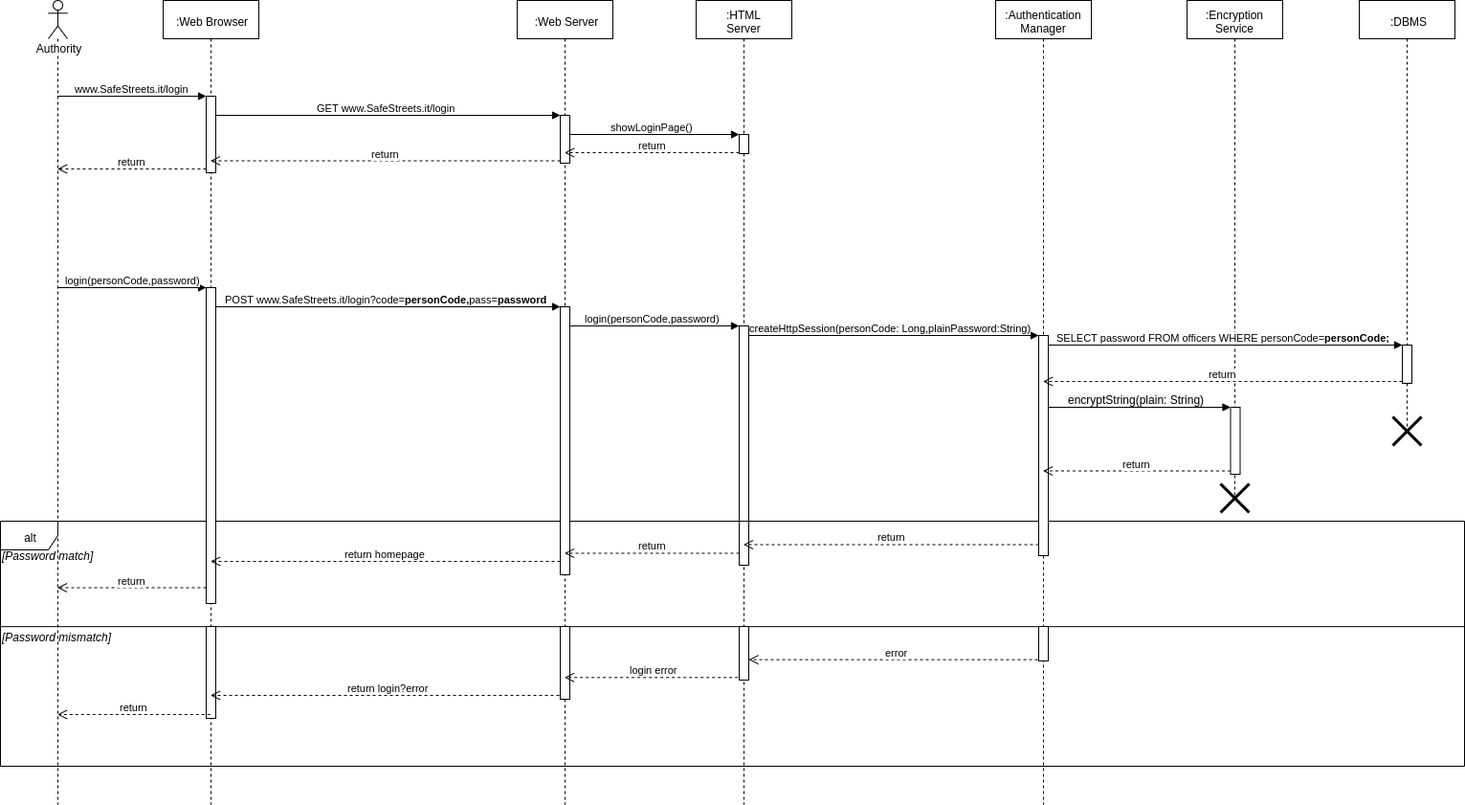
University-Projects-Secco/RahbariSecco keeps this draw.io diagram as DD/images/Login(authority)_sequence_diagram.png. Above is the earlier version. Source tidied: cells renumbered, new cells last; positions are measured from the earlier drawing's top-left corner, leaving out a move shared by most shapes. The source it was exported from:
```xml
<mxGraphModel>
  <root>
    <mxCell id="0" />
    <mxCell id="1" parent="0" />
    <mxCell id="2" value="&lt;span style=&quot;text-align: left ; background-color: rgb(248 , 249 , 250)&quot;&gt;createHttpSession(personCode: Long,plainPassword:String)&lt;/span&gt;" style="html=1;verticalAlign=bottom;endArrow=block;entryX=0;entryY=0;" parent="1" edge="1" source="4" target="48">
      <mxGeometry relative="1" as="geometry" />
    </mxCell>
    <mxCell id="3" value="POST www.SafeStreets.it/login?code=&lt;b&gt;personCode,&lt;/b&gt;pass=&lt;b&gt;password&lt;/b&gt;" style="html=1;verticalAlign=bottom;endArrow=block;entryX=0;entryY=0;" parent="1" edge="1" source="25" target="43">
      <mxGeometry relative="1" as="geometry" />
    </mxCell>
    <mxCell id="4" value=":HTML Server" style="shape=umlLifeline;perimeter=lifelinePerimeter;whiteSpace=wrap;html=1;outlineConnect=0;" parent="1" vertex="1">
      <mxGeometry x="727" width="100" height="840" as="geometry" />
    </mxCell>
    <mxCell id="5" style="html=1;points=[];perimeter=orthogonalPerimeter;" parent="4" vertex="1">
      <mxGeometry x="45" y="140" width="10" height="20" as="geometry" />
    </mxCell>
    <mxCell id="6" style="html=1;points=[];perimeter=orthogonalPerimeter;" parent="4" vertex="1">
      <mxGeometry x="45" y="340" width="10" height="250" as="geometry" />
    </mxCell>
    <mxCell id="7" style="group;" parent="1" vertex="1">
      <mxGeometry y="544" width="1530" height="256" as="geometry" />
    </mxCell>
    <mxCell id="8" value="alt" style="shape=umlFrame;whiteSpace=wrap;html=1;" parent="7" vertex="1">
      <mxGeometry width="1530" height="256" as="geometry" />
    </mxCell>
    <mxCell id="9" value="&lt;i&gt;[Password match]&lt;/i&gt;" style="text;html=1;align=left;verticalAlign=middle;" parent="7" vertex="1">
      <mxGeometry y="25.9" width="110" height="20" as="geometry" />
    </mxCell>
    <mxCell id="10" style="group;" parent="7" vertex="1">
      <mxGeometry y="108" width="1530" height="12.9" as="geometry" />
    </mxCell>
    <mxCell id="11" style="group;" parent="10" vertex="1">
      <mxGeometry width="1530" height="12.9" as="geometry" />
    </mxCell>
    <mxCell id="12" style="group;" parent="11" vertex="1">
      <mxGeometry width="1530" height="12.9" as="geometry" />
    </mxCell>
    <mxCell id="13" style="group;" parent="12" vertex="1">
      <mxGeometry width="1530" height="12.9" as="geometry" />
    </mxCell>
    <mxCell id="14" style="group;" parent="13" vertex="1">
      <mxGeometry width="1530" height="12.9" as="geometry" />
    </mxCell>
    <mxCell id="15" style="line;strokeWidth=1;fillColor=none;align=left;verticalAlign=middle;spacingTop=-1;spacingLeft=3;spacingRight=3;labelPosition=right;" parent="14" vertex="1">
      <mxGeometry width="1530" height="4.3" as="geometry" />
    </mxCell>
    <mxCell id="16" value="&lt;i&gt;[Password mismatch]&lt;/i&gt;" style="text;html=1;align=left;verticalAlign=middle;" parent="14" vertex="1">
      <mxGeometry y="2.2" width="130" height="20" as="geometry" />
    </mxCell>
    <mxCell id="17" value="Authority" style="shape=umlLifeline;participant=umlActor;perimeter=lifelinePerimeter;whiteSpace=wrap;html=1;verticalAlign=top;spacingTop=36;labelBackgroundColor=#ffffff;outlineConnect=0;" parent="1" vertex="1">
      <mxGeometry x="50" width="20" height="840" as="geometry" />
    </mxCell>
    <mxCell id="18" value=":Encryption Service&lt;span style=&quot;color: rgba(0 , 0 , 0 , 0) ; font-family: monospace ; font-size: 0px ; white-space: nowrap&quot;&gt;%3CmxGraphModel%3E%3Croot%3E%3CmxCell%20id%3D%220%22%2F%3E%3CmxCell%20id%3D%221%22%20parent%3D%220%22%2F%3E%3CmxCell%20id%3D%222%22%20value%3D%22TicketManager%22%20style%3D%22rounded%3D0%3BwhiteSpace%3Dwrap%3Bhtml%3D1%3BfillColor%3D%23ffe6cc%3BstrokeColor%3D%23d79b00%3B%22%20vertex%3D%221%22%20parent%3D%221%22%3E%3CmxGeometry%20x%3D%221597.5%22%20y%3D%22631%22%20width%3D%22170%22%20height%3D%2260%22%20as%3D%22geometry%22%2F%3E%3C%2FmxCell%3E%3C%2Froot%3E%3C%2FmxGraphModel%3E&lt;/span&gt;" style="shape=umlLifeline;perimeter=lifelinePerimeter;whiteSpace=wrap;html=1;" parent="1" vertex="1">
      <mxGeometry x="1240" width="100" height="520" as="geometry" />
    </mxCell>
    <mxCell id="19" style="html=1;points=[];perimeter=orthogonalPerimeter;align=left;" parent="18" vertex="1">
      <mxGeometry x="45.5" y="425" width="10" height="70" as="geometry" />
    </mxCell>
    <mxCell id="20" style="shape=umlDestroy;whiteSpace=wrap;html=1;strokeWidth=3;" parent="18" vertex="1">
      <mxGeometry x="35" y="505" width="30" height="30" as="geometry" />
    </mxCell>
    <mxCell id="21" value="www.SafeStreets.it/login" style="html=1;verticalAlign=bottom;endArrow=block;entryX=0;entryY=0;" parent="1" edge="1" source="17" target="26">
      <mxGeometry relative="1" as="geometry" />
    </mxCell>
    <mxCell id="22" value="showLoginPage()" style="html=1;verticalAlign=bottom;endArrow=block;entryX=0;entryY=0;" parent="1" edge="1" source="41" target="5">
      <mxGeometry relative="1" as="geometry" />
    </mxCell>
    <mxCell id="23" value="GET www.SafeStreets.it/login" style="html=1;verticalAlign=bottom;endArrow=block;entryX=0;entryY=0;" parent="1" edge="1" source="25" target="42">
      <mxGeometry relative="1" as="geometry" />
    </mxCell>
    <mxCell id="24" value="return" style="html=1;verticalAlign=bottom;endArrow=open;dashed=1;endSize=8;exitX=0;exitY=0.95;" parent="1" edge="1" source="26" target="17">
      <mxGeometry relative="1" as="geometry" />
    </mxCell>
    <mxCell id="25" value=":Web Browser" style="shape=umlLifeline;perimeter=lifelinePerimeter;whiteSpace=wrap;html=1;outlineConnect=0;" parent="1" vertex="1">
      <mxGeometry x="170" width="100" height="840" as="geometry" />
    </mxCell>
    <mxCell id="26" style="html=1;points=[];perimeter=orthogonalPerimeter;" parent="25" vertex="1">
      <mxGeometry x="45" y="100" width="10" height="80" as="geometry" />
    </mxCell>
    <mxCell id="27" style="html=1;points=[];perimeter=orthogonalPerimeter;" parent="25" vertex="1">
      <mxGeometry x="45" y="300" width="10" height="330" as="geometry" />
    </mxCell>
    <mxCell id="28" style="html=1;points=[];perimeter=orthogonalPerimeter;" parent="25" vertex="1">
      <mxGeometry x="45" y="654" width="10" height="96" as="geometry" />
    </mxCell>
    <mxCell id="29" value="login(personCode,password)" style="html=1;verticalAlign=bottom;endArrow=block;entryX=0;entryY=0;" parent="1" edge="1" source="17" target="27">
      <mxGeometry relative="1" as="geometry" />
    </mxCell>
    <mxCell id="30" value="return" style="html=1;verticalAlign=bottom;endArrow=open;dashed=1;endSize=8;exitX=0;exitY=0.95;" parent="1" edge="1" source="27" target="17">
      <mxGeometry relative="1" as="geometry" />
    </mxCell>
    <mxCell id="31" value="login(personCode,password)" style="html=1;verticalAlign=bottom;endArrow=block;entryX=0;entryY=0;" parent="1" edge="1" source="41" target="6">
      <mxGeometry relative="1" as="geometry" />
    </mxCell>
    <mxCell id="32" value="return" style="html=1;verticalAlign=bottom;endArrow=open;dashed=1;endSize=8;exitX=0;exitY=0.95;" parent="1" edge="1" source="48" target="4">
      <mxGeometry relative="1" as="geometry" />
    </mxCell>
    <mxCell id="33" value=":DBMS" style="shape=umlLifeline;perimeter=lifelinePerimeter;whiteSpace=wrap;html=1;" parent="1" vertex="1">
      <mxGeometry x="1420" width="100" height="450" as="geometry" />
    </mxCell>
    <mxCell id="34" style="html=1;points=[];perimeter=orthogonalPerimeter;align=left;" parent="33" vertex="1">
      <mxGeometry x="45" y="360" width="10" height="40" as="geometry" />
    </mxCell>
    <mxCell id="35" style="shape=umlDestroy;whiteSpace=wrap;html=1;strokeWidth=3;" parent="33" vertex="1">
      <mxGeometry x="35" y="435" width="30" height="30" as="geometry" />
    </mxCell>
    <mxCell id="36" value="SELECT password FROM officers WHERE personCode=&lt;b&gt;personCode;&lt;/b&gt;" style="html=1;verticalAlign=bottom;endArrow=block;entryX=0;entryY=0;" parent="1" edge="1" source="47" target="34">
      <mxGeometry relative="1" as="geometry" />
    </mxCell>
    <mxCell id="37" value="&lt;span style=&quot;font-size: 12px ; text-align: left ; background-color: rgb(248 , 249 , 250)&quot;&gt;encryptString(plain: String)&lt;/span&gt;" style="html=1;verticalAlign=bottom;endArrow=block;entryX=0;entryY=0;" parent="1" edge="1" source="47" target="19">
      <mxGeometry relative="1" as="geometry" />
    </mxCell>
    <mxCell id="38" value="error" style="html=1;verticalAlign=bottom;endArrow=open;dashed=1;endSize=8;exitX=0.5;exitY=0.963;exitDx=0;exitDy=0;exitPerimeter=0;" parent="1" edge="1" source="49" target="46">
      <mxGeometry relative="1" as="geometry" />
    </mxCell>
    <mxCell id="39" value="return login?error" style="html=1;verticalAlign=bottom;endArrow=open;dashed=1;endSize=8;exitX=0.5;exitY=0.947;exitDx=0;exitDy=0;exitPerimeter=0;" parent="1" edge="1" source="44" target="25">
      <mxGeometry relative="1" as="geometry" />
    </mxCell>
    <mxCell id="40" value="return" style="html=1;verticalAlign=bottom;endArrow=open;dashed=1;endSize=8;exitX=0.433;exitY=0.958;exitDx=0;exitDy=0;exitPerimeter=0;" parent="1" edge="1" source="28" target="17">
      <mxGeometry relative="1" as="geometry" />
    </mxCell>
    <mxCell id="41" value=":Web Server" style="shape=umlLifeline;perimeter=lifelinePerimeter;whiteSpace=wrap;html=1;outlineConnect=0;" parent="1" vertex="1">
      <mxGeometry x="540" width="100" height="840" as="geometry" />
    </mxCell>
    <mxCell id="42" style="html=1;points=[];perimeter=orthogonalPerimeter;" parent="41" vertex="1">
      <mxGeometry x="45" y="120" width="10" height="50" as="geometry" />
    </mxCell>
    <mxCell id="43" style="html=1;points=[];perimeter=orthogonalPerimeter;" parent="41" vertex="1">
      <mxGeometry x="45" y="320" width="10" height="280" as="geometry" />
    </mxCell>
    <mxCell id="44" style="html=1;points=[];perimeter=orthogonalPerimeter;" parent="41" vertex="1">
      <mxGeometry x="45" y="654" width="10" height="76" as="geometry" />
    </mxCell>
    <mxCell id="45" value="login error" style="html=1;verticalAlign=bottom;endArrow=open;dashed=1;endSize=8;exitX=0.467;exitY=0.952;exitDx=0;exitDy=0;exitPerimeter=0;" parent="1" edge="1" source="46" target="41">
      <mxGeometry relative="1" as="geometry" />
    </mxCell>
    <mxCell id="46" style="html=1;points=[];perimeter=orthogonalPerimeter;" parent="1" vertex="1">
      <mxGeometry x="772" y="654" width="10" height="56" as="geometry" />
    </mxCell>
    <mxCell id="47" value=":Authentication Manager&lt;span style=&quot;color: rgba(0 , 0 , 0 , 0) ; font-family: monospace ; font-size: 0px ; white-space: nowrap&quot;&gt;%3CmxGraphModel%3E%3Croot%3E%3CmxCell%20id%3D%220%22%2F%3E%3CmxCell%20id%3D%221%22%20parent%3D%220%22%2F%3E%3CmxCell%20id%3D%222%22%20value%3D%22TicketManager%22%20style%3D%22rounded%3D0%3BwhiteSpace%3Dwrap%3Bhtml%3D1%3BfillColor%3D%23ffe6cc%3BstrokeColor%3D%23d79b00%3B%22%20vertex%3D%221%22%20parent%3D%221%22%3E%3CmxGeometry%20x%3D%221597.5%22%20y%3D%22631%22%20width%3D%22170%22%20height%3D%2260%22%20as%3D%22geometry%22%2F%3E%3C%2FmxCell%3E%3C%2Froot%3E%3C%2FmxGraphModel%3E&lt;/span&gt;" style="shape=umlLifeline;perimeter=lifelinePerimeter;whiteSpace=wrap;html=1;outlineConnect=0;" parent="1" vertex="1">
      <mxGeometry x="1040" width="100" height="840" as="geometry" />
    </mxCell>
    <mxCell id="48" style="html=1;points=[];perimeter=orthogonalPerimeter;" parent="47" vertex="1">
      <mxGeometry x="45" y="350" width="10" height="230" as="geometry" />
    </mxCell>
    <mxCell id="49" style="html=1;points=[];perimeter=orthogonalPerimeter;" parent="47" vertex="1">
      <mxGeometry x="45" y="654" width="10" height="36" as="geometry" />
    </mxCell>
    <mxCell id="50" value="return" style="html=1;verticalAlign=bottom;endArrow=open;dashed=1;endSize=8;exitX=0;exitY=0.95;" parent="1" edge="1" source="19" target="47">
      <mxGeometry relative="1" as="geometry" />
    </mxCell>
    <mxCell id="51" value="return" style="html=1;verticalAlign=bottom;endArrow=open;dashed=1;endSize=8;exitX=0;exitY=0.95;" parent="1" edge="1" source="34" target="47">
      <mxGeometry relative="1" as="geometry" />
    </mxCell>
    <mxCell id="52" value="return" style="html=1;verticalAlign=bottom;endArrow=open;dashed=1;endSize=8;exitX=0;exitY=0.95;" parent="1" edge="1" source="6" target="41">
      <mxGeometry relative="1" as="geometry" />
    </mxCell>
    <mxCell id="53" value="return homepage" style="html=1;verticalAlign=bottom;endArrow=open;dashed=1;endSize=8;exitX=0;exitY=0.95;" parent="1" edge="1" source="43" target="25">
      <mxGeometry relative="1" as="geometry" />
    </mxCell>
    <mxCell id="54" value="return" style="html=1;verticalAlign=bottom;endArrow=open;dashed=1;endSize=8;exitX=0;exitY=0.95;" parent="1" edge="1" source="5" target="41">
      <mxGeometry relative="1" as="geometry" />
    </mxCell>
    <mxCell id="55" value="return" style="html=1;verticalAlign=bottom;endArrow=open;dashed=1;endSize=8;exitX=0;exitY=0.95;" parent="1" edge="1" source="42" target="25">
      <mxGeometry relative="1" as="geometry" />
    </mxCell>
  </root>
</mxGraphModel>
```
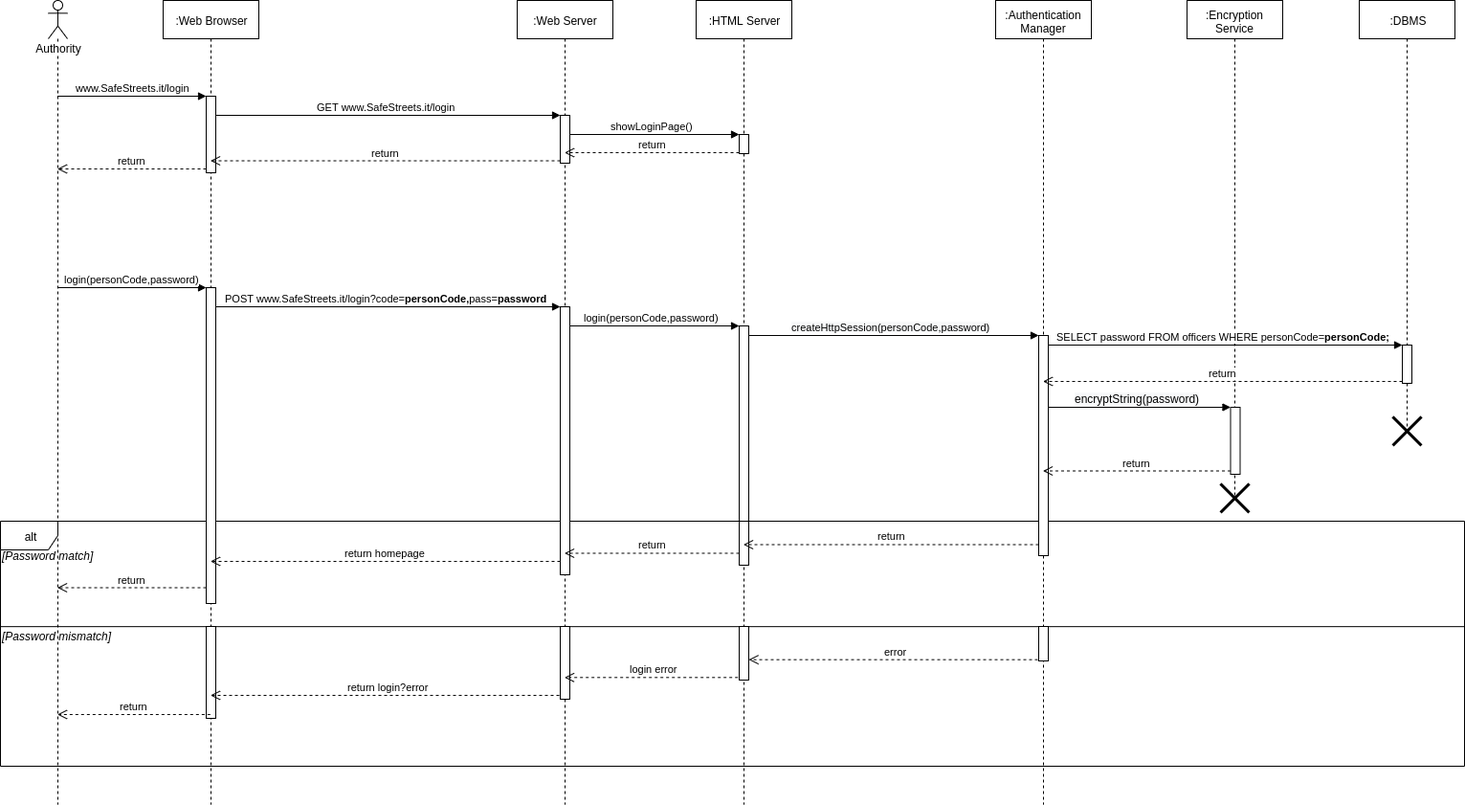
After the change.

Diff of the diagram source:
```diff
@@ -2,7 +2,7 @@
   <root>
     <mxCell id="0" />
     <mxCell id="1" parent="0" />
-    <mxCell id="2" value="&lt;span style=&quot;text-align: left ; background-color: rgb(248 , 249 , 250)&quot;&gt;createHttpSession(personCode: Long,plainPassword:String)&lt;/span&gt;" style="html=1;verticalAlign=bottom;endArrow=block;entryX=0;entryY=0;" parent="1" edge="1" source="4" target="48">
+    <mxCell id="2" value="&lt;span style=&quot;text-align: left ; background-color: rgb(248 , 249 , 250)&quot;&gt;createHttpSession(personCode,password)&lt;/span&gt;" style="html=1;verticalAlign=bottom;endArrow=block;entryX=0;entryY=0;" parent="1" edge="1" source="4" target="48">
       <mxGeometry relative="1" as="geometry" />
     </mxCell>
     <mxCell id="3" value="POST www.SafeStreets.it/login?code=&lt;b&gt;personCode,&lt;/b&gt;pass=&lt;b&gt;password&lt;/b&gt;" style="html=1;verticalAlign=bottom;endArrow=block;entryX=0;entryY=0;" parent="1" edge="1" source="25" target="43">
@@ -107,7 +107,7 @@
     <mxCell id="36" value="SELECT password FROM officers WHERE personCode=&lt;b&gt;personCode;&lt;/b&gt;" style="html=1;verticalAlign=bottom;endArrow=block;entryX=0;entryY=0;" parent="1" edge="1" source="47" target="34">
       <mxGeometry relative="1" as="geometry" />
     </mxCell>
-    <mxCell id="37" value="&lt;span style=&quot;font-size: 12px ; text-align: left ; background-color: rgb(248 , 249 , 250)&quot;&gt;encryptString(plain: String)&lt;/span&gt;" style="html=1;verticalAlign=bottom;endArrow=block;entryX=0;entryY=0;" parent="1" edge="1" source="47" target="19">
+    <mxCell id="37" value="&lt;span style=&quot;font-size: 12px ; text-align: left ; background-color: rgb(248 , 249 , 250)&quot;&gt;encryptString(password)&lt;/span&gt;" style="html=1;verticalAlign=bottom;endArrow=block;entryX=0;entryY=0;" parent="1" edge="1" source="47" target="19">
       <mxGeometry relative="1" as="geometry" />
     </mxCell>
     <mxCell id="38" value="error" style="html=1;verticalAlign=bottom;endArrow=open;dashed=1;endSize=8;exitX=0.5;exitY=0.963;exitDx=0;exitDy=0;exitPerimeter=0;" parent="1" edge="1" source="49" target="46">
```
